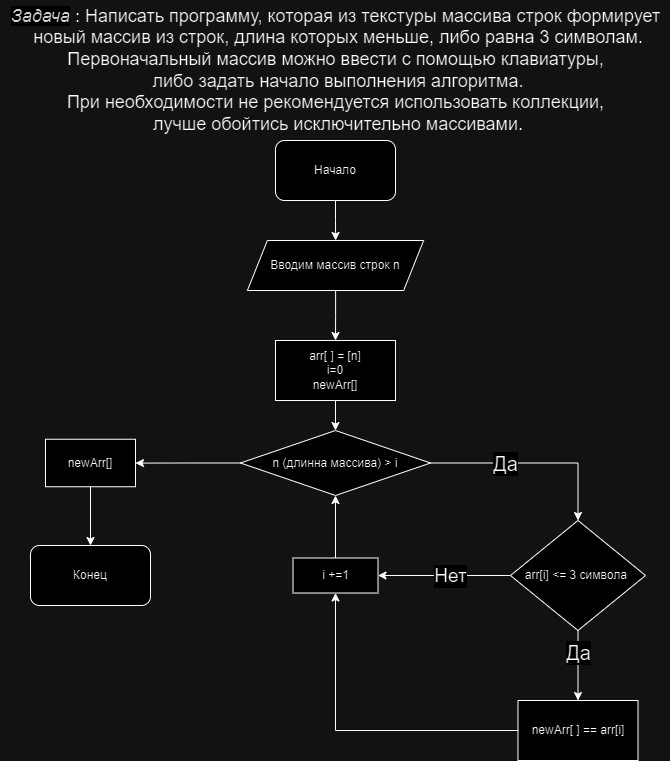
Above: КР.png in SergejKostyuk/verificationWork (draw.io), before the change. Source tidied: cells renumbered, new cells last; positions are measured from the earlier drawing's top-left corner, leaving out a move shared by most shapes.
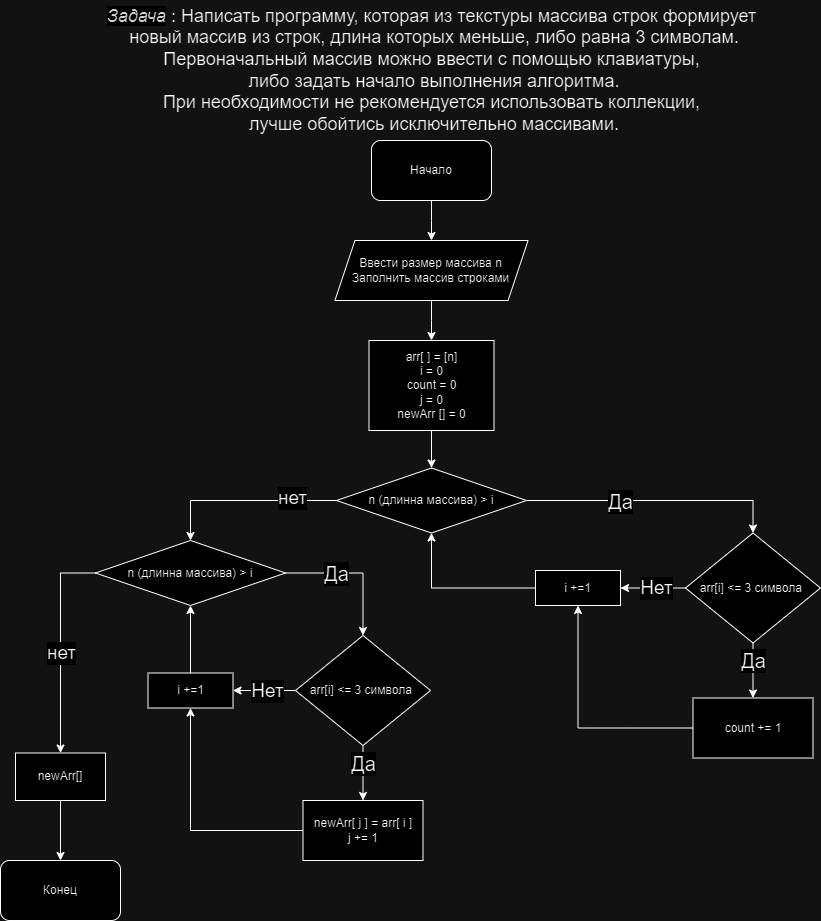
Above is the later version.

Commit message:
Добавление описания работы программы

What changed in the source:
```diff
@@ -9,7 +9,7 @@
       <mxGeometry x="275" y="140" width="120" height="60" as="geometry" />
     </mxCell>
     <mxCell id="4" value="Конец" style="rounded=1;whiteSpace=wrap;html=1;" parent="1" vertex="1">
-      <mxGeometry x="30" y="545" width="120" height="60" as="geometry" />
+      <mxGeometry x="-96" y="860" width="120" height="60" as="geometry" />
     </mxCell>
     <mxCell id="5" value="&lt;div style=&quot;&quot;&gt;&lt;em style=&quot;font-size: 18px; box-sizing: border-box; color: rgb(44, 45, 48); font-family: Onest, Roboto, &amp;quot;San Francisco&amp;quot;, &amp;quot;Helvetica Neue&amp;quot;, Helvetica, Arial; background-color: rgb(255, 255, 255);&quot;&gt;Задача&lt;/em&gt;&lt;font style=&quot;font-size: 18px; background-color: initial; vertical-align: inherit;&quot;&gt; : Написать программу, которая из текстуры массива строк формирует&lt;/font&gt;&lt;/div&gt;&lt;font style=&quot;font-size: 18px;&quot;&gt;&lt;div style=&quot;&quot;&gt;&lt;span style=&quot;background-color: initial;&quot;&gt;&amp;nbsp;новый массив из строк, длина которых меньше, либо равна 3 символам.&lt;/span&gt;&lt;/div&gt;&lt;font style=&quot;vertical-align: inherit; font-size: 18px;&quot;&gt;&lt;div style=&quot;&quot;&gt;&lt;span style=&quot;background-color: initial;&quot;&gt;Первоначальный массив можно ввести с помощью клавиатуры,&lt;/span&gt;&lt;/div&gt;&lt;font style=&quot;vertical-align: inherit; font-size: 18px;&quot;&gt;&lt;div style=&quot;&quot;&gt;&lt;span style=&quot;background-color: initial;&quot;&gt;&amp;nbsp;либо задать начало выполнения алгоритма.&lt;/span&gt;&lt;/div&gt;&lt;/font&gt;&lt;font style=&quot;vertical-align: inherit; font-size: 18px;&quot;&gt;&lt;div style=&quot;&quot;&gt;&lt;span style=&quot;background-color: initial;&quot;&gt;При необходимости не рекомендуется использовать коллекции,&lt;/span&gt;&lt;/div&gt;&lt;div style=&quot;&quot;&gt;&lt;span style=&quot;background-color: initial;&quot;&gt;&amp;nbsp;лучше обойтись исключительно массивами.&lt;/span&gt;&lt;/div&gt;&lt;/font&gt;&lt;/font&gt;&lt;/font&gt;" style="text;html=1;align=center;verticalAlign=middle;strokeColor=none;fillColor=none;" parent="1" vertex="1">
       <mxGeometry width="670" height="140" as="geometry" />
@@ -17,8 +17,8 @@
     <mxCell id="6" style="edgeStyle=orthogonalEdgeStyle;rounded=0;jettySize=auto;html=1;" parent="1" edge="1" source="7" target="24">
       <mxGeometry relative="1" as="geometry" />
     </mxCell>
-    <mxCell id="7" value="Вводим массив строк n" style="shape=parallelogram;perimeter=parallelogramPerimeter;whiteSpace=wrap;html=1;fixedSize=1;" parent="1" vertex="1">
-      <mxGeometry x="246.9" y="240" width="176.2" height="50" as="geometry" />
+    <mxCell id="7" value="Ввести размер массива n&lt;br&gt;Заполнить массив строками&lt;br&gt;" style="shape=parallelogram;perimeter=parallelogramPerimeter;whiteSpace=wrap;html=1;fixedSize=1;" parent="1" vertex="1">
+      <mxGeometry x="238.4" y="240" width="193.1" height="60" as="geometry" />
     </mxCell>
     <mxCell id="8" style="edgeStyle=orthogonalEdgeStyle;rounded=0;jettySize=auto;html=1;" parent="1" edge="1" source="12" target="14">
       <mxGeometry relative="1" as="geometry" />
@@ -37,13 +37,13 @@
       </mxGeometry>
     </mxCell>
     <mxCell id="12" value="arr[i] &amp;lt;= 3 символа&amp;nbsp;&lt;br&gt;" style="rhombus;whiteSpace=wrap;html=1;" parent="1" vertex="1">
-      <mxGeometry x="510" y="520" width="135" height="110" as="geometry" />
+      <mxGeometry x="589" y="532.5" width="135" height="110" as="geometry" />
     </mxCell>
     <mxCell id="13" style="edgeStyle=orthogonalEdgeStyle;rounded=0;jettySize=auto;html=1;" parent="1" edge="1" source="14" target="20">
       <mxGeometry relative="1" as="geometry" />
     </mxCell>
-    <mxCell id="14" value="newArr[ ] == arr[i]" style="whiteSpace=wrap;html=1;" parent="1" vertex="1">
-      <mxGeometry x="517.5" y="700" width="120" height="60" as="geometry" />
+    <mxCell id="14" value="count += 1" style="whiteSpace=wrap;html=1;" parent="1" vertex="1">
+      <mxGeometry x="596.5" y="697.5" width="120" height="60" as="geometry" />
     </mxCell>
     <mxCell id="15" style="edgeStyle=orthogonalEdgeStyle;rounded=0;jettySize=auto;html=1;entryX=0.5;entryY=0;entryDx=0;entryDy=0;" parent="1" edge="1" source="18" target="12">
       <mxGeometry relative="1" as="geometry" />
@@ -53,29 +53,86 @@
         <mxPoint y="1" as="offset" />
       </mxGeometry>
     </mxCell>
-    <mxCell id="17" style="edgeStyle=orthogonalEdgeStyle;rounded=0;jettySize=auto;html=1;" parent="1" edge="1" source="18" target="22">
-      <mxGeometry relative="1" as="geometry" />
-    </mxCell>
+    <mxCell id="25" style="edgeStyle=orthogonalEdgeStyle;rounded=0;jettySize=auto;html=1;entryX=0.5;entryY=0;entryDx=0;entryDy=0;" parent="1" edge="1" source="18" target="38">
+      <mxGeometry relative="1" as="geometry" />
+    </mxCell>
+    <mxCell id="26" value="нет" style="edgeLabel;html=1;align=center;verticalAlign=middle;fontSize=19;" parent="25" vertex="1">
+      <mxGeometry x="-0.51" y="-3" relative="1" as="geometry" />
+    </mxCell>
     <mxCell id="18" value="n (длинна массива) &amp;gt; i" style="rhombus;whiteSpace=wrap;html=1;" parent="1" vertex="1">
-      <mxGeometry x="240" y="430" width="190" height="65" as="geometry" />
+      <mxGeometry x="240" y="467.5" width="190" height="65" as="geometry" />
     </mxCell>
     <mxCell id="19" style="edgeStyle=orthogonalEdgeStyle;rounded=0;jettySize=auto;html=1;" parent="1" edge="1" source="20" target="18">
       <mxGeometry relative="1" as="geometry" />
     </mxCell>
     <mxCell id="20" value="i +=1" style="whiteSpace=wrap;html=1;" parent="1" vertex="1">
-      <mxGeometry x="292.5" y="557.5" width="85" height="35" as="geometry" />
+      <mxGeometry x="439" y="570" width="85" height="35" as="geometry" />
     </mxCell>
     <mxCell id="21" style="edgeStyle=orthogonalEdgeStyle;rounded=0;jettySize=auto;html=1;entryX=0.5;entryY=0;entryDx=0;entryDy=0;" parent="1" edge="1" source="22" target="4">
       <mxGeometry relative="1" as="geometry" />
     </mxCell>
     <mxCell id="22" value="newArr[]" style="whiteSpace=wrap;html=1;" parent="1" vertex="1">
-      <mxGeometry x="45" y="438.8" width="90" height="47.5" as="geometry" />
+      <mxGeometry x="-81" y="752.5" width="90" height="47.5" as="geometry" />
     </mxCell>
     <mxCell id="23" style="edgeStyle=orthogonalEdgeStyle;rounded=0;jettySize=auto;html=1;" parent="1" edge="1" source="24" target="18">
       <mxGeometry relative="1" as="geometry" />
     </mxCell>
-    <mxCell id="24" value="arr[ ] = [n]&lt;br&gt;i=0&lt;br&gt;newArr[]" style="whiteSpace=wrap;html=1;" parent="1" vertex="1">
-      <mxGeometry x="275" y="340" width="120" height="60" as="geometry" />
+    <mxCell id="24" value="arr[ ] = [n]&lt;br&gt;i = 0&lt;br&gt;count = 0&lt;br&gt;j = 0&lt;br&gt;newArr [] = 0" style="whiteSpace=wrap;html=1;" parent="1" vertex="1">
+      <mxGeometry x="272.5" y="340" width="125" height="90" as="geometry" />
     </mxCell>
+    <mxCell id="27" style="edgeStyle=orthogonalEdgeStyle;rounded=0;jettySize=auto;html=1;" parent="1" edge="1" source="31" target="33">
+      <mxGeometry relative="1" as="geometry" />
+    </mxCell>
+    <mxCell id="28" value="Да" style="edgeLabel;html=1;align=center;verticalAlign=middle;fontSize=20;" parent="27" vertex="1">
+      <mxGeometry x="-0.39" y="-1" relative="1" as="geometry">
+        <mxPoint x="1" as="offset" />
+      </mxGeometry>
+    </mxCell>
+    <mxCell id="29" style="edgeStyle=orthogonalEdgeStyle;rounded=0;jettySize=auto;html=1;entryX=1;entryY=0.5;entryDx=0;entryDy=0;" parent="1" edge="1" source="31" target="40">
+      <mxGeometry relative="1" as="geometry" />
+    </mxCell>
+    <mxCell id="30" value="Нет" style="edgeLabel;html=1;align=center;verticalAlign=middle;fontSize=19;" parent="29" vertex="1">
+      <mxGeometry x="-0.08" y="3" relative="1" as="geometry">
+        <mxPoint y="-3" as="offset" />
+      </mxGeometry>
+    </mxCell>
+    <mxCell id="31" value="arr[i] &amp;lt;= 3 символа&amp;nbsp;&lt;br&gt;" style="rhombus;whiteSpace=wrap;html=1;" parent="1" vertex="1">
+      <mxGeometry x="199" y="635" width="135" height="110" as="geometry" />
+    </mxCell>
+    <mxCell id="32" style="edgeStyle=orthogonalEdgeStyle;rounded=0;jettySize=auto;html=1;" parent="1" edge="1" source="33" target="40">
+      <mxGeometry relative="1" as="geometry" />
+    </mxCell>
+    <mxCell id="33" value="newArr[ j ] = arr[ i ]&lt;br&gt;j += 1" style="whiteSpace=wrap;html=1;" parent="1" vertex="1">
+      <mxGeometry x="206.5" y="800" width="120" height="60" as="geometry" />
+    </mxCell>
+    <mxCell id="34" style="edgeStyle=orthogonalEdgeStyle;rounded=0;jettySize=auto;html=1;entryX=0.5;entryY=0;entryDx=0;entryDy=0;" parent="1" edge="1" source="38" target="31">
+      <mxGeometry relative="1" as="geometry" />
+    </mxCell>
+    <mxCell id="35" value="Да" style="edgeLabel;html=1;align=center;verticalAlign=middle;fontSize=20;" parent="34" vertex="1">
+      <mxGeometry x="-0.28" y="1" relative="1" as="geometry">
+        <mxPoint y="1" as="offset" />
+      </mxGeometry>
+    </mxCell>
+    <mxCell id="36" style="edgeStyle=orthogonalEdgeStyle;rounded=0;jettySize=auto;html=1;entryX=0.5;entryY=0;entryDx=0;entryDy=0;" parent="1" edge="1" source="38" target="22">
+      <mxGeometry relative="1" as="geometry">
+        <Array as="points">
+          <mxPoint x="-36" y="573" />
+        </Array>
+      </mxGeometry>
+    </mxCell>
+    <mxCell id="37" value="нет" style="edgeLabel;html=1;align=center;verticalAlign=middle;fontSize=19;" parent="36" vertex="1">
+      <mxGeometry x="0.07" relative="1" as="geometry">
+        <mxPoint y="1" as="offset" />
+      </mxGeometry>
+    </mxCell>
+    <mxCell id="38" value="n (длинна массива) &amp;gt; i" style="rhombus;whiteSpace=wrap;html=1;" parent="1" vertex="1">
+      <mxGeometry x="-1" y="540" width="190" height="65" as="geometry" />
+    </mxCell>
+    <mxCell id="39" style="edgeStyle=orthogonalEdgeStyle;rounded=0;jettySize=auto;html=1;" parent="1" edge="1" source="40" target="38">
+      <mxGeometry relative="1" as="geometry" />
+    </mxCell>
+    <mxCell id="40" value="i +=1" style="whiteSpace=wrap;html=1;" parent="1" vertex="1">
+      <mxGeometry x="51.5" y="672.5" width="85" height="35" as="geometry" />
+    </mxCell>
   </root>
 </mxGraphModel>
```
